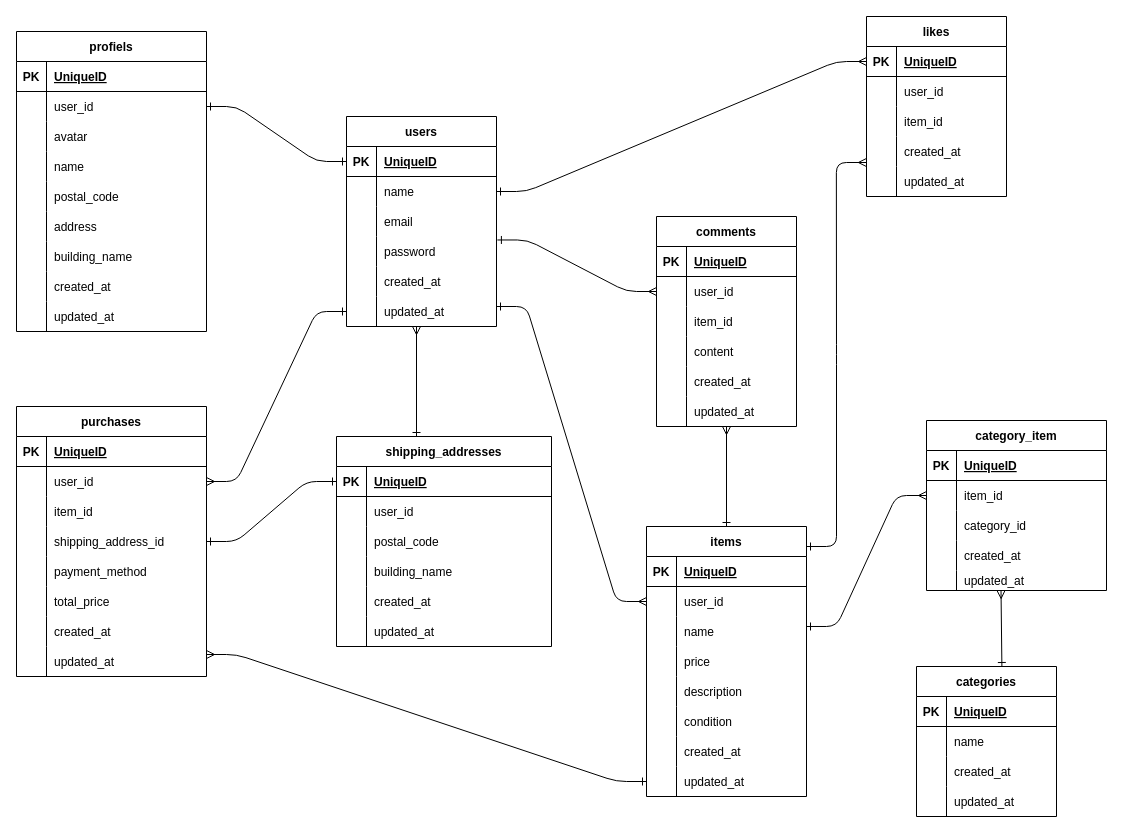
hiroko4ikeda8/FM-APP keeps this draw.io diagram as FM-APP.dio. Above is the earlier version. Source tidied: cells renumbered, new cells numbered last; positions are measured from the earlier drawing's top-left corner, leaving out a move shared by most shapes. Both pictures are drawn from the tidied source at 100%, with x=0, y=0 at pixel (16, 16).
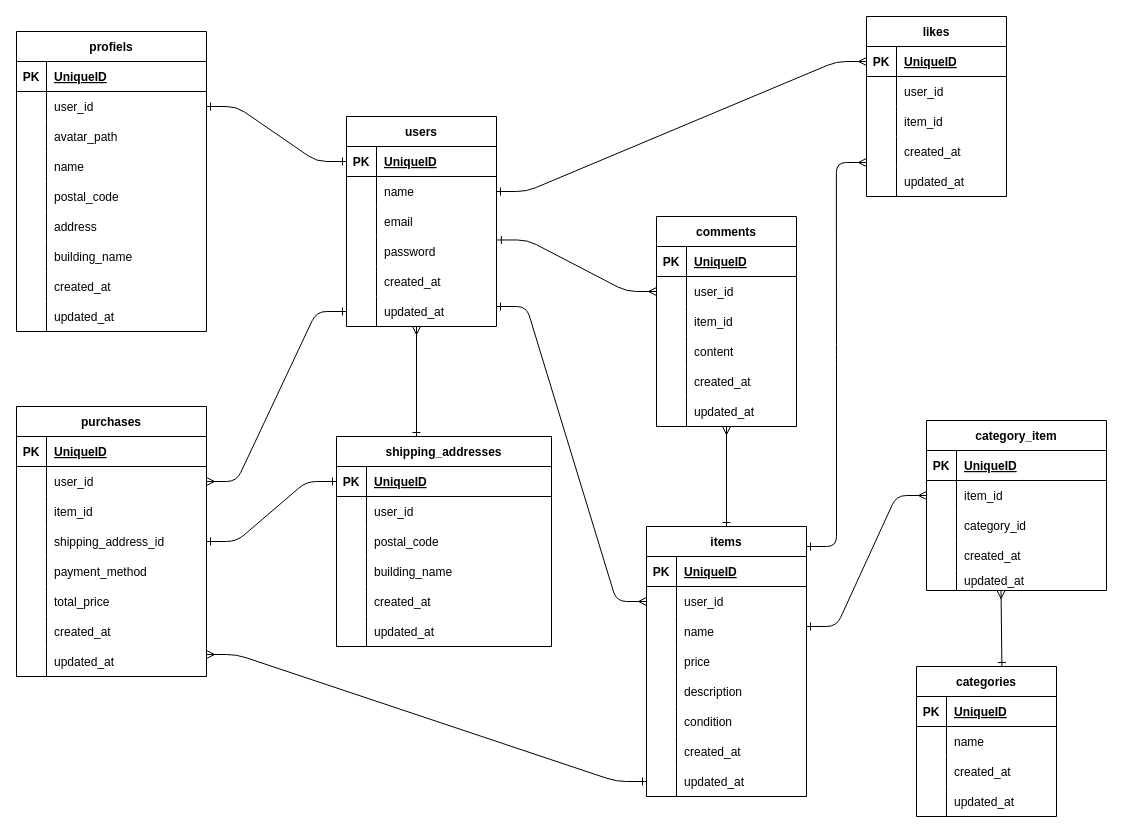
The same page after the edit.

The change refers to these unchanged cells:
```xml
<mxCell id="72" style="shape=tableRow;horizontal=0;startSize=0;swimlaneHead=0;swimlaneBody=0;fillColor=none;top=0;left=0;right=0;bottom=0;" parent="65" vertex="1">
  <mxGeometry y="90" width="190" height="30" as="geometry" />
</mxCell>
```

The edit, as a diff of the source:
```diff
@@
-    <mxCell id="74" value="avatar" style="shape=partialRectangle;fillColor=none;top=0;left=0;bottom=0;right=0;align=left;spacingLeft=6;overflow=hidden;" parent="72" vertex="1">
+    <mxCell id="74" value="avatar_path" style="shape=partialRectangle;fillColor=none;top=0;left=0;bottom=0;right=0;align=left;spacingLeft=6;overflow=hidden;" parent="72" vertex="1">
       <mxGeometry x="30" width="160" height="30" as="geometry" />
     </mxCell>
```
